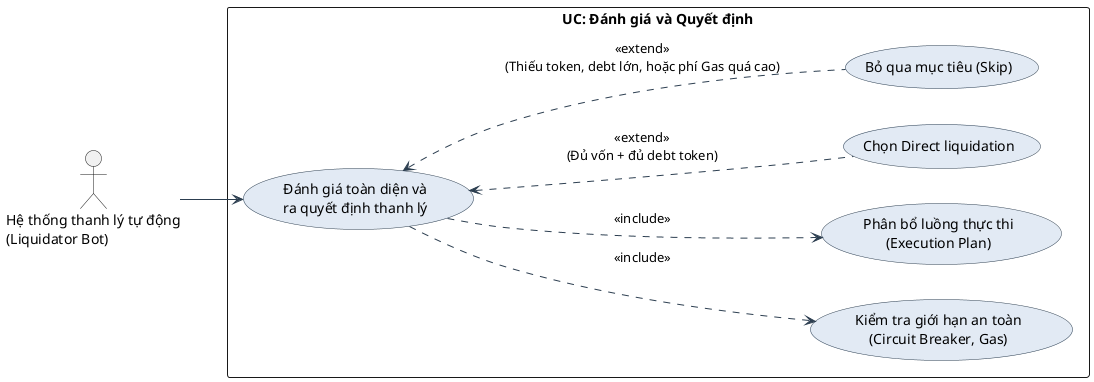
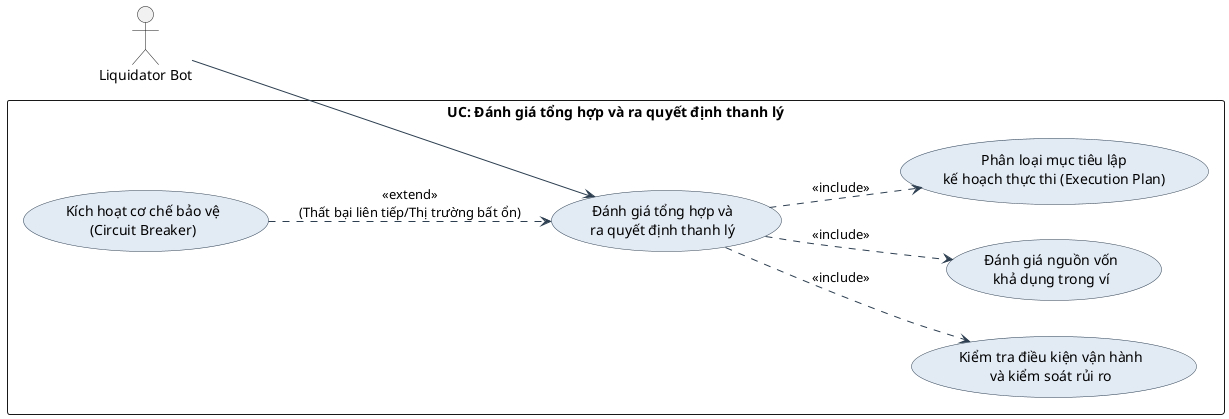
@startuml
skinparam packageStyle rectangle
skinparam backgroundColor #FFFFFF
skinparam usecase {
    BackgroundColor #E2EAF4
    BorderColor #2C3E50
    ArrowColor #2C3E50
    FontName Arial
}

left to right direction

- actor "Hệ thống thanh lý tự động\n(Liquidator Bot)" as Bot
+ actor "Liquidator Bot" as Bot

- rectangle "UC: Đánh giá và Quyết định" {
+ rectangle "UC: Đánh giá tổng hợp và ra quyết định thanh lý" {

-     usecase "Đánh giá toàn diện và\nra quyết định thanh lý" as UC07
+     usecase "Đánh giá tổng hợp và\nra quyết định thanh lý" as UC07

-     usecase "Kiểm tra giới hạn an toàn\n(Circuit Breaker, Gas)" as Sub1
-     usecase "Phân bổ luồng thực thi\n(Execution Plan)" as Sub2
+     usecase "Kiểm tra điều kiện vận hành\nvà kiểm soát rủi ro" as Sub1
+     usecase "Đánh giá nguồn vốn\nkhả dụng trong ví" as Sub2
+     usecase "Phân loại mục tiêu lập\nkế hoạch thực thi (Execution Plan)" as Sub3

-     usecase "Chọn Direct liquidation" as Ext1
-     usecase "Bỏ qua mục tiêu (Skip)" as Ext2
+     usecase "Kích hoạt cơ chế bảo vệ\n(Circuit Breaker)" as Ext1
}

Bot --> UC07

- ' Các nghiệp vụ lõi bắt buộc
+ ' Các luồng sự kiện chính
UC07 ..> Sub1 : <<include>>
UC07 ..> Sub2 : <<include>>
+ UC07 ..> Sub3 : <<include>>

- ' Mở rộng tùy thuộc trạng thái ví và giới hạn an toàn
- Ext1 .up.> UC07 : <<extend>>\n(Đủ vốn + đủ debt token)
- Ext2 .up.> UC07 : <<extend>>\n(Thiếu token, debt lớn, hoặc phí Gas quá cao)
+ ' Các luồng ngoại lệ / thay thế
+ Ext1 .down.> UC07 : <<extend>>\n(Thất bại liên tiếp/Thị trường bất ổn)

@enduml